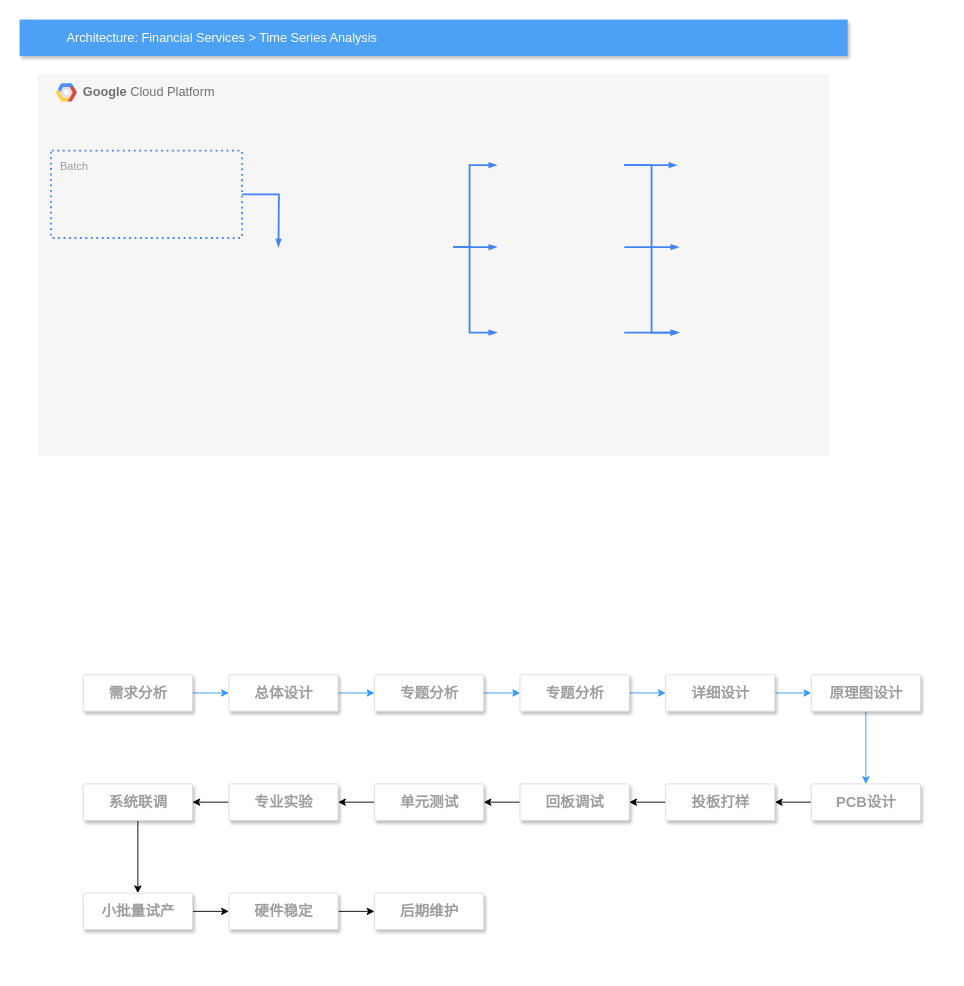
This is 硬件开发设计流程.drawio from zjh6607476/drawing, a draw.io file, before an edit. Source tidied: cells renumbered, new cells numbered last; positions are measured from the earlier drawing's top-left corner, leaving out a move shared by most shapes. Both pictures are drawn from the tidied source at 91%, with x=0, y=0 at pixel (19, 19).
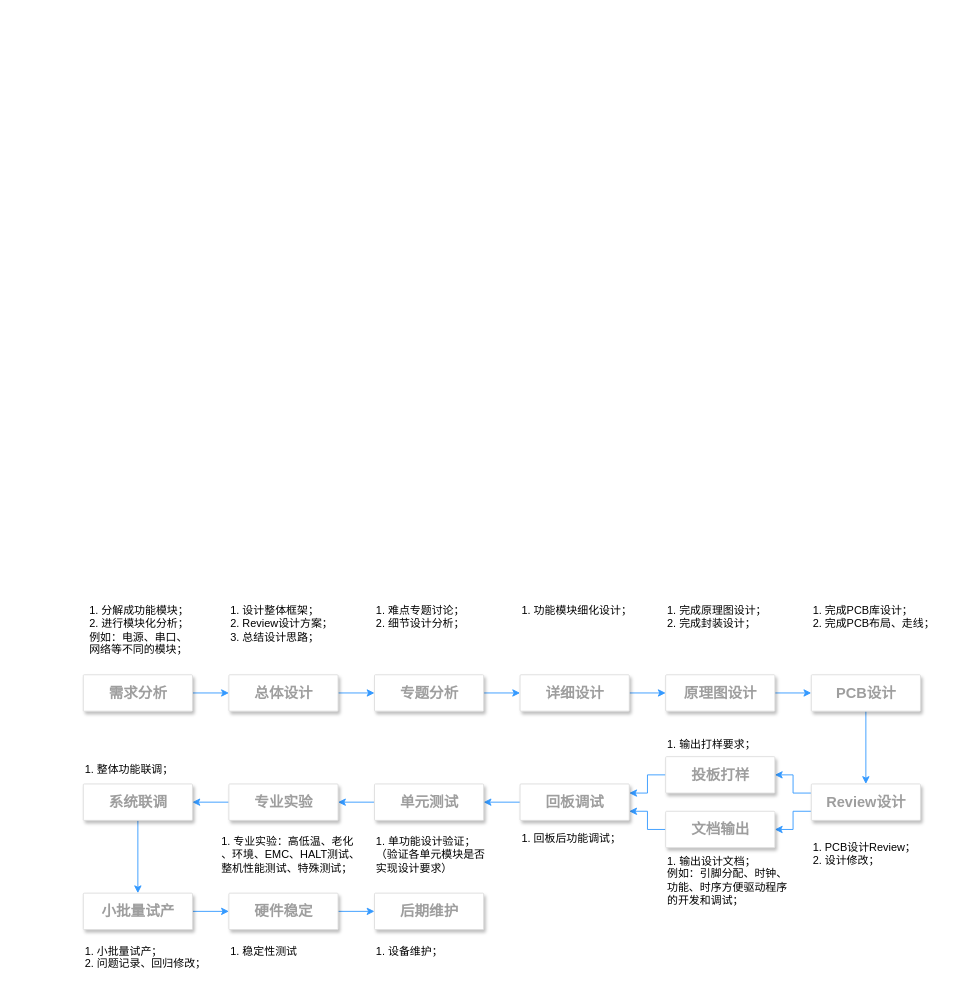
The same page after the edit.

Commit message (it also covers changes not shown here):
更新硬件开发设计流程.drawio

The change refers to these unchanged cells:
```xml
<mxCell id="31" value="&lt;b&gt;&lt;font style=&quot;font-size: 16px&quot;&gt;回板调试&lt;br&gt;&lt;/font&gt;&lt;/b&gt;" style="strokeColor=#dddddd;fillColor=#ffffff;shadow=1;strokeWidth=1;rounded=1;absoluteArcSize=1;arcSize=2;fontSize=10;fontColor=#9E9E9E;align=center;html=1;" parent="1" vertex="1">
  <mxGeometry x="550" y="840" width="120" height="40" as="geometry" />
</mxCell>
<mxCell id="33" value="&lt;b&gt;&lt;font style=&quot;font-size: 16px&quot;&gt;单元测试&lt;br&gt;&lt;/font&gt;&lt;/b&gt;" style="strokeColor=#dddddd;fillColor=#ffffff;shadow=1;strokeWidth=1;rounded=1;absoluteArcSize=1;arcSize=2;fontSize=10;fontColor=#9E9E9E;align=center;html=1;" parent="1" vertex="1">
  <mxGeometry x="390" y="840" width="120" height="40" as="geometry" />
</mxCell>
<mxCell id="35" value="&lt;b&gt;&lt;font style=&quot;font-size: 16px&quot;&gt;专业实验&lt;br&gt;&lt;/font&gt;&lt;/b&gt;" style="strokeColor=#dddddd;fillColor=#ffffff;shadow=1;strokeWidth=1;rounded=1;absoluteArcSize=1;arcSize=2;fontSize=10;fontColor=#9E9E9E;align=center;html=1;" parent="1" vertex="1">
  <mxGeometry x="230" y="840" width="120" height="40" as="geometry" />
</mxCell>
<mxCell id="37" value="&lt;b&gt;&lt;font style=&quot;font-size: 16px&quot;&gt;系统联调&lt;br&gt;&lt;/font&gt;&lt;/b&gt;" style="strokeColor=#dddddd;fillColor=#ffffff;shadow=1;strokeWidth=1;rounded=1;absoluteArcSize=1;arcSize=2;fontSize=10;fontColor=#9E9E9E;align=center;html=1;" parent="1" vertex="1">
  <mxGeometry x="70" y="840" width="120" height="40" as="geometry" />
</mxCell>
<mxCell id="39" value="&lt;b&gt;&lt;font style=&quot;font-size: 16px&quot;&gt;小批量试产&lt;br&gt;&lt;/font&gt;&lt;/b&gt;" style="strokeColor=#dddddd;fillColor=#ffffff;shadow=1;strokeWidth=1;rounded=1;absoluteArcSize=1;arcSize=2;fontSize=10;fontColor=#9E9E9E;align=center;html=1;" parent="1" vertex="1">
  <mxGeometry x="70" y="960" width="120" height="40" as="geometry" />
</mxCell>
<mxCell id="41" value="&lt;b&gt;&lt;font style=&quot;font-size: 16px&quot;&gt;硬件稳定&lt;br&gt;&lt;/font&gt;&lt;/b&gt;" style="strokeColor=#dddddd;fillColor=#ffffff;shadow=1;strokeWidth=1;rounded=1;absoluteArcSize=1;arcSize=2;fontSize=10;fontColor=#9E9E9E;align=center;html=1;" parent="1" vertex="1">
  <mxGeometry x="230" y="960" width="120" height="40" as="geometry" />
</mxCell>
<mxCell id="42" value="&lt;b&gt;&lt;font style=&quot;font-size: 16px&quot;&gt;后期维护&lt;br&gt;&lt;/font&gt;&lt;/b&gt;" style="strokeColor=#dddddd;fillColor=#ffffff;shadow=1;strokeWidth=1;rounded=1;absoluteArcSize=1;arcSize=2;fontSize=10;fontColor=#9E9E9E;align=center;html=1;" parent="1" vertex="1">
  <mxGeometry x="390" y="960" width="120" height="40" as="geometry" />
</mxCell>
```

Change to the diagram source:
```diff
@@
-    <mxCell id="2" value="&lt;b&gt;Google &lt;/b&gt;Cloud Platform" style="fillColor=#F6F6F6;strokeColor=none;shadow=0;gradientColor=none;fontSize=14;align=left;spacing=10;fontColor=#717171;9E9E9E;verticalAlign=top;spacingTop=-4;fontStyle=0;spacingLeft=40;html=1;" parent="1" vertex="1">
-      <mxGeometry x="20" y="60" width="870" height="420" as="geometry" />
-    </mxCell>
-    <mxCell id="3" style="shape=mxgraph.gcp2.google_cloud_platform;fillColor=#F6F6F6;strokeColor=none;shadow=0;gradientColor=none;" parent="2" vertex="1">
-      <mxGeometry width="23" height="20" relative="1" as="geometry">
-        <mxPoint x="20" y="10" as="offset" />
-      </mxGeometry>
-    </mxCell>
-    <mxCell id="4" style="edgeStyle=orthogonalEdgeStyle;rounded=0;html=1;labelBackgroundColor=none;startFill=1;startSize=4;endArrow=blockThin;endFill=1;endSize=4;jettySize=auto;strokeColor=#4284F3;strokeWidth=2;fontSize=12;fontColor=#000000;align=center;dashed=0;" parent="1" edge="1" source="5">
-      <mxGeometry relative="1" as="geometry">
-        <mxPoint x="284.5" y="250" as="targetPoint" />
-      </mxGeometry>
-    </mxCell>
-    <mxCell id="5" value="Batch" style="rounded=1;absoluteArcSize=1;arcSize=2;html=1;strokeColor=#4284F3;gradientColor=none;shadow=0;dashed=1;fontSize=12;fontColor=#9E9E9E;align=left;verticalAlign=top;spacing=10;spacingTop=-4;fillColor=none;dashPattern=1 2;strokeWidth=2;" parent="1" vertex="1">
-      <mxGeometry x="34.5" y="144" width="210" height="96" as="geometry" />
-    </mxCell>
-    <mxCell id="6" value="Architecture: Financial Services &amp;gt; Time Series Analysis" style="fillColor=#4DA1F5;strokeColor=none;shadow=1;gradientColor=none;fontSize=14;align=left;spacingLeft=50;fontColor=#ffffff;html=1;" parent="1" vertex="1">
-      <mxGeometry width="910" height="40" as="geometry" />
-    </mxCell>
@@
-    <mxCell id="9" style="edgeStyle=orthogonalEdgeStyle;rounded=0;html=1;labelBackgroundColor=none;startFill=1;startSize=4;endArrow=blockThin;endFill=1;endSize=4;jettySize=auto;orthogonalLoop=1;strokeColor=#4284F3;strokeWidth=2;fontSize=12;fontColor=#000000;align=center;dashed=0;" parent="1" edge="1">
-      <mxGeometry relative="1" as="geometry">
-        <mxPoint x="476.5" y="250" as="sourcePoint" />
-        <mxPoint x="524.5" y="160" as="targetPoint" />
-        <Array as="points">
-          <mxPoint x="494.5" y="250" />
-          <mxPoint x="494.5" y="160" />
-        </Array>
-      </mxGeometry>
-    </mxCell>
-    <mxCell id="10" style="edgeStyle=orthogonalEdgeStyle;rounded=0;html=1;labelBackgroundColor=none;startFill=1;startSize=4;endArrow=blockThin;endFill=1;endSize=4;jettySize=auto;orthogonalLoop=1;strokeColor=#4284F3;strokeWidth=2;fontSize=12;fontColor=#000000;align=center;dashed=0;" parent="1" edge="1">
-      <mxGeometry relative="1" as="geometry">
-        <mxPoint x="476.5" y="250" as="sourcePoint" />
-        <mxPoint x="524.5" y="250" as="targetPoint" />
-      </mxGeometry>
-    </mxCell>
-    <mxCell id="11" style="edgeStyle=orthogonalEdgeStyle;rounded=0;html=1;labelBackgroundColor=none;startFill=1;startSize=4;endArrow=blockThin;endFill=1;endSize=4;jettySize=auto;orthogonalLoop=1;strokeColor=#4284F3;strokeWidth=2;fontSize=12;fontColor=#000000;align=center;dashed=0;" parent="1" edge="1">
-      <mxGeometry relative="1" as="geometry">
-        <mxPoint x="476.5" y="250" as="sourcePoint" />
-        <mxPoint x="524.5" y="344" as="targetPoint" />
-        <Array as="points">
-          <mxPoint x="494.5" y="250" />
-          <mxPoint x="494.5" y="344" />
-        </Array>
-      </mxGeometry>
-    </mxCell>
-    <mxCell id="12" style="edgeStyle=orthogonalEdgeStyle;rounded=0;html=1;labelBackgroundColor=none;startFill=1;startSize=4;endArrow=blockThin;endFill=1;endSize=4;jettySize=auto;orthogonalLoop=1;strokeColor=#4284F3;strokeWidth=2;fontSize=12;fontColor=#000000;align=center;dashed=0;" parent="1" edge="1">
-      <mxGeometry relative="1" as="geometry">
-        <mxPoint x="664.5" y="250" as="sourcePoint" />
-        <mxPoint x="724.5" y="250" as="targetPoint" />
-      </mxGeometry>
-    </mxCell>
-    <mxCell id="13" style="edgeStyle=orthogonalEdgeStyle;rounded=0;html=1;labelBackgroundColor=none;startFill=1;startSize=4;endArrow=blockThin;endFill=1;endSize=4;jettySize=auto;orthogonalLoop=1;strokeColor=#4284F3;strokeWidth=2;fontSize=12;fontColor=#000000;align=center;dashed=0;" parent="1" edge="1">
-      <mxGeometry relative="1" as="geometry">
-        <mxPoint x="664.5" y="160" as="sourcePoint" />
-        <mxPoint x="722.5" y="160" as="targetPoint" />
-      </mxGeometry>
-    </mxCell>
-    <mxCell id="14" style="edgeStyle=orthogonalEdgeStyle;rounded=0;html=1;labelBackgroundColor=none;startFill=1;startSize=4;endArrow=blockThin;endFill=1;endSize=4;jettySize=auto;orthogonalLoop=1;strokeColor=#4284F3;strokeWidth=2;fontSize=12;fontColor=#000000;align=center;dashed=0;" parent="1" edge="1">
-      <mxGeometry relative="1" as="geometry">
-        <mxPoint x="664.5" y="160" as="sourcePoint" />
-        <mxPoint x="724.5" y="344" as="targetPoint" />
-        <Array as="points">
-          <mxPoint x="694.5" y="160" />
-          <mxPoint x="694.5" y="344" />
-        </Array>
-      </mxGeometry>
-    </mxCell>
-    <mxCell id="15" style="edgeStyle=orthogonalEdgeStyle;rounded=0;html=1;labelBackgroundColor=none;startFill=1;startSize=4;endArrow=blockThin;endFill=1;endSize=4;jettySize=auto;orthogonalLoop=1;strokeColor=#4284F3;strokeWidth=2;fontSize=12;fontColor=#000000;align=center;dashed=0;" parent="1" edge="1">
-      <mxGeometry relative="1" as="geometry">
-        <mxPoint x="664.5" y="344" as="sourcePoint" />
-        <mxPoint x="724.5" y="344" as="targetPoint" />
-      </mxGeometry>
-    </mxCell>
@@
-    <mxCell id="21" value="&lt;b&gt;&lt;font style=&quot;font-size: 16px&quot;&gt;专题分析&lt;br&gt;&lt;/font&gt;&lt;/b&gt;" style="strokeColor=#dddddd;fillColor=#ffffff;shadow=1;strokeWidth=1;rounded=1;absoluteArcSize=1;arcSize=2;fontSize=10;fontColor=#9E9E9E;align=center;html=1;" parent="1" vertex="1">
+    <mxCell id="21" value="&lt;b&gt;&lt;font style=&quot;font-size: 16px&quot;&gt;详细设计&lt;br&gt;&lt;/font&gt;&lt;/b&gt;" style="strokeColor=#dddddd;fillColor=#ffffff;shadow=1;strokeWidth=1;rounded=1;absoluteArcSize=1;arcSize=2;fontSize=10;fontColor=#9E9E9E;align=center;html=1;" parent="1" vertex="1">
       <mxGeometry x="550" y="720" width="120" height="40" as="geometry" />
     </mxCell>
@@
-    <mxCell id="23" value="&lt;b&gt;&lt;font style=&quot;font-size: 16px&quot;&gt;详细设计&lt;br&gt;&lt;/font&gt;&lt;/b&gt;" style="strokeColor=#dddddd;fillColor=#ffffff;shadow=1;strokeWidth=1;rounded=1;absoluteArcSize=1;arcSize=2;fontSize=10;fontColor=#9E9E9E;align=center;html=1;" parent="1" vertex="1">
+    <mxCell id="23" value="&lt;b&gt;&lt;font style=&quot;font-size: 16px&quot;&gt;原理图设计&lt;br&gt;&lt;/font&gt;&lt;/b&gt;" style="strokeColor=#dddddd;fillColor=#ffffff;shadow=1;strokeWidth=1;rounded=1;absoluteArcSize=1;arcSize=2;fontSize=10;fontColor=#9E9E9E;align=center;html=1;" parent="1" vertex="1">
       <mxGeometry x="710" y="720" width="120" height="40" as="geometry" />
     </mxCell>
@@
-    <mxCell id="25" value="&lt;b&gt;&lt;font style=&quot;font-size: 16px&quot;&gt;原理图设计&lt;br&gt;&lt;/font&gt;&lt;/b&gt;" style="strokeColor=#dddddd;fillColor=#ffffff;shadow=1;strokeWidth=1;rounded=1;absoluteArcSize=1;arcSize=2;fontSize=10;fontColor=#9E9E9E;align=center;html=1;" parent="1" vertex="1">
+    <mxCell id="25" value="&lt;b&gt;&lt;font style=&quot;font-size: 16px&quot;&gt;PCB设计&lt;br&gt;&lt;/font&gt;&lt;/b&gt;" style="strokeColor=#dddddd;fillColor=#ffffff;shadow=1;strokeWidth=1;rounded=1;absoluteArcSize=1;arcSize=2;fontSize=10;fontColor=#9E9E9E;align=center;html=1;" parent="1" vertex="1">
       <mxGeometry x="870" y="720" width="120" height="40" as="geometry" />
     </mxCell>
+    <mxCell id="43" style="edgeStyle=orthogonalEdgeStyle;rounded=0;jettySize=auto;html=1;exitX=0;exitY=0.75;exitDx=0;exitDy=0;entryX=1;entryY=0.5;entryDx=0;entryDy=0;strokeColor=#3399FF;" parent="1" edge="1" source="27" target="45">
+      <mxGeometry relative="1" as="geometry" />
+    </mxCell>
-    <mxCell id="26" style="edgeStyle=orthogonalEdgeStyle;rounded=0;jettySize=auto;html=1;" parent="1" edge="1" source="27" target="29">
+    <mxCell id="26" style="edgeStyle=orthogonalEdgeStyle;rounded=0;jettySize=auto;html=1;exitX=0;exitY=0.25;exitDx=0;exitDy=0;entryX=1;entryY=0.5;entryDx=0;entryDy=0;strokeColor=#3399FF;" parent="1" edge="1" source="27" target="29">
       <mxGeometry relative="1" as="geometry" />
     </mxCell>
-    <mxCell id="27" value="&lt;b&gt;&lt;font style=&quot;font-size: 16px&quot;&gt;PCB设计&lt;br&gt;&lt;/font&gt;&lt;/b&gt;" style="strokeColor=#dddddd;fillColor=#ffffff;shadow=1;strokeWidth=1;rounded=1;absoluteArcSize=1;arcSize=2;fontSize=10;fontColor=#9E9E9E;align=center;html=1;" parent="1" vertex="1">
+    <mxCell id="27" value="&lt;b&gt;&lt;font style=&quot;font-size: 16px&quot;&gt;Review设计&lt;br&gt;&lt;/font&gt;&lt;/b&gt;" style="strokeColor=#dddddd;fillColor=#ffffff;shadow=1;strokeWidth=1;rounded=1;absoluteArcSize=1;arcSize=2;fontSize=10;fontColor=#9E9E9E;align=center;html=1;" parent="1" vertex="1">
       <mxGeometry x="870" y="840" width="120" height="40" as="geometry" />
     </mxCell>
-    <mxCell id="28" style="edgeStyle=orthogonalEdgeStyle;rounded=0;jettySize=auto;html=1;" parent="1" edge="1" source="29" target="31">
+    <mxCell id="28" style="edgeStyle=orthogonalEdgeStyle;rounded=0;jettySize=auto;html=1;exitX=0;exitY=0.5;exitDx=0;exitDy=0;entryX=1;entryY=0.25;entryDx=0;entryDy=0;strokeColor=#3399FF;" parent="1" edge="1" source="29" target="31">
       <mxGeometry relative="1" as="geometry" />
     </mxCell>
     <mxCell id="29" value="&lt;b&gt;&lt;font style=&quot;font-size: 16px&quot;&gt;投板打样&lt;br&gt;&lt;/font&gt;&lt;/b&gt;" style="strokeColor=#dddddd;fillColor=#ffffff;shadow=1;strokeWidth=1;rounded=1;absoluteArcSize=1;arcSize=2;fontSize=10;fontColor=#9E9E9E;align=center;html=1;" parent="1" vertex="1">
-      <mxGeometry x="710" y="840" width="120" height="40" as="geometry" />
+      <mxGeometry x="710" y="810" width="120" height="40" as="geometry" />
     </mxCell>
+    <mxCell id="44" style="edgeStyle=orthogonalEdgeStyle;rounded=0;jettySize=auto;html=1;exitX=0;exitY=0.5;exitDx=0;exitDy=0;entryX=1;entryY=0.75;entryDx=0;entryDy=0;strokeColor=#3399FF;" parent="1" edge="1" source="45" target="31">
+      <mxGeometry relative="1" as="geometry" />
+    </mxCell>
+    <mxCell id="45" value="&lt;b&gt;&lt;font style=&quot;font-size: 16px&quot;&gt;文档输出&lt;br&gt;&lt;/font&gt;&lt;/b&gt;" style="strokeColor=#dddddd;fillColor=#ffffff;shadow=1;strokeWidth=1;rounded=1;absoluteArcSize=1;arcSize=2;fontSize=10;fontColor=#9E9E9E;align=center;html=1;" parent="1" vertex="1">
+      <mxGeometry x="710" y="870" width="120" height="40" as="geometry" />
+    </mxCell>
-    <mxCell id="30" style="edgeStyle=orthogonalEdgeStyle;rounded=0;jettySize=auto;html=1;" parent="1" edge="1" source="31" target="33">
+    <mxCell id="30" style="edgeStyle=orthogonalEdgeStyle;rounded=0;jettySize=auto;html=1;strokeColor=#3399FF;" parent="1" edge="1" source="31" target="33">
       <mxGeometry relative="1" as="geometry" />
     </mxCell>
@@
-    <mxCell id="32" style="edgeStyle=orthogonalEdgeStyle;rounded=0;jettySize=auto;html=1;" parent="1" edge="1" source="33" target="35">
+    <mxCell id="32" style="edgeStyle=orthogonalEdgeStyle;rounded=0;jettySize=auto;html=1;strokeColor=#3399FF;" parent="1" edge="1" source="33" target="35">
       <mxGeometry relative="1" as="geometry" />
     </mxCell>
@@
-    <mxCell id="34" style="edgeStyle=orthogonalEdgeStyle;rounded=0;jettySize=auto;html=1;" parent="1" edge="1" source="35" target="37">
+    <mxCell id="34" style="edgeStyle=orthogonalEdgeStyle;rounded=0;jettySize=auto;html=1;strokeColor=#3399FF;" parent="1" edge="1" source="35" target="37">
       <mxGeometry relative="1" as="geometry" />
     </mxCell>
@@
-    <mxCell id="36" style="edgeStyle=orthogonalEdgeStyle;rounded=0;jettySize=auto;html=1;" parent="1" edge="1" source="37" target="39">
+    <mxCell id="36" style="edgeStyle=orthogonalEdgeStyle;rounded=0;jettySize=auto;html=1;strokeColor=#3399FF;" parent="1" edge="1" source="37" target="39">
       <mxGeometry relative="1" as="geometry" />
     </mxCell>
@@
-    <mxCell id="38" style="edgeStyle=orthogonalEdgeStyle;rounded=0;jettySize=auto;html=1;" parent="1" edge="1" source="39" target="41">
+    <mxCell id="38" style="edgeStyle=orthogonalEdgeStyle;rounded=0;jettySize=auto;html=1;strokeColor=#3399FF;" parent="1" edge="1" source="39" target="41">
       <mxGeometry relative="1" as="geometry" />
     </mxCell>
@@
-    <mxCell id="40" style="edgeStyle=orthogonalEdgeStyle;rounded=0;jettySize=auto;html=1;" parent="1" edge="1" source="41" target="42">
+    <mxCell id="40" style="edgeStyle=orthogonalEdgeStyle;rounded=0;jettySize=auto;html=1;strokeColor=#3399FF;" parent="1" edge="1" source="41" target="42">
       <mxGeometry relative="1" as="geometry" />
     </mxCell>
@@
+    <mxCell id="46" value="1. 分解成功能模块；&lt;br&gt;2. 进行模块化分析；&lt;br&gt;例如：电源、串口、&lt;br&gt;网络等不同的模块；&lt;br&gt;" style="text;html=1;align=left;verticalAlign=top;spacingTop=-4;" parent="1" vertex="1">
+      <mxGeometry x="74.5" y="640" width="130" height="60" as="geometry" />
+    </mxCell>
+    <mxCell id="47" value="1. 设计整体框架；&lt;br&gt;2. Review设计方案；&lt;br&gt;3. 总结设计思路；&lt;br&gt;" style="text;html=1;align=left;verticalAlign=top;spacingTop=-4;" parent="1" vertex="1">
+      <mxGeometry x="230" y="640" width="130" height="40" as="geometry" />
+    </mxCell>
+    <mxCell id="48" value="1. 难点专题讨论；&lt;br&gt;2. 细节设计分析；&lt;br&gt;" style="text;html=1;align=left;verticalAlign=top;spacingTop=-4;" parent="1" vertex="1">
+      <mxGeometry x="390" y="640" width="110" height="30" as="geometry" />
+    </mxCell>
+    <mxCell id="49" value="1. 功能模块细化设计；&lt;br&gt;" style="text;html=1;align=left;verticalAlign=top;spacingTop=-4;" parent="1" vertex="1">
+      <mxGeometry x="550" y="640" width="140" height="20" as="geometry" />
+    </mxCell>
+    <mxCell id="50" value="1. 完成原理图设计；&lt;br&gt;2. 完成封装设计；&lt;br&gt;" style="text;html=1;align=left;verticalAlign=top;spacingTop=-4;" parent="1" vertex="1">
+      <mxGeometry x="710" y="640" width="130" height="30" as="geometry" />
+    </mxCell>
+    <mxCell id="51" value="1. 完成PCB库设计；&lt;br&gt;2. 完成PCB布局、走线；&lt;br&gt;" style="text;html=1;align=left;verticalAlign=top;spacingTop=-4;" parent="1" vertex="1">
+      <mxGeometry x="870" y="640" width="150" height="30" as="geometry" />
+    </mxCell>
+    <mxCell id="52" value="1. PCB设计Review；&lt;br&gt;2. 设计修改；&lt;br&gt;" style="text;html=1;align=left;verticalAlign=top;spacingTop=-4;" parent="1" vertex="1">
+      <mxGeometry x="870" y="900" width="130" height="30" as="geometry" />
+    </mxCell>
+    <mxCell id="53" value="1. 输出打样要求；&lt;br&gt;" style="text;html=1;align=left;verticalAlign=top;spacingTop=-4;" parent="1" vertex="1">
+      <mxGeometry x="710" y="787" width="110" height="20" as="geometry" />
+    </mxCell>
+    <mxCell id="54" value="1. 输出设计文档；&lt;br&gt;例如：引脚分配、时钟、&lt;br&gt;功能、时序方便驱动程序&lt;br&gt;的开发和调试；&lt;br&gt;" style="text;html=1;align=left;verticalAlign=top;spacingTop=-4;" parent="1" vertex="1">
+      <mxGeometry x="710" y="915" width="150" height="60" as="geometry" />
+    </mxCell>
+    <mxCell id="55" value="1. 回板后功能调试；&lt;br&gt;" style="text;html=1;align=left;verticalAlign=top;spacingTop=-4;" parent="1" vertex="1">
+      <mxGeometry x="550" y="890" width="130" height="20" as="geometry" />
+    </mxCell>
+    <mxCell id="56" value="1. 单功能设计验证；&lt;br&gt;（验证各单元模块是否&lt;br&gt;实现设计要求）&lt;br&gt;" style="text;html=1;" parent="1" vertex="1">
+      <mxGeometry x="390" y="890" width="110" height="30" as="geometry" />
+    </mxCell>
+    <mxCell id="57" value="1. 专业实验：高低温、老化&lt;br&gt;、环境、EMC、HALT测试、&lt;br&gt;整机性能测试、特殊测试；&lt;br&gt;" style="text;html=1;" parent="1" vertex="1">
+      <mxGeometry x="220" y="890" width="110" height="30" as="geometry" />
+    </mxCell>
+    <mxCell id="58" value="1. 整体功能联调；" style="text;html=1;" parent="1" vertex="1">
+      <mxGeometry x="70" y="810" width="110" height="30" as="geometry" />
+    </mxCell>
+    <mxCell id="59" value="1. 小批量试产；&lt;br&gt;2. 问题记录、回归修改；&lt;br&gt;" style="text;html=1;" parent="1" vertex="1">
+      <mxGeometry x="70" y="1010" width="110" height="30" as="geometry" />
+    </mxCell>
+    <mxCell id="60" value="1. 稳定性测试" style="text;html=1;" parent="1" vertex="1">
+      <mxGeometry x="230" y="1010" width="110" height="30" as="geometry" />
+    </mxCell>
+    <mxCell id="61" value="1. 设备维护；" style="text;html=1;" parent="1" vertex="1">
+      <mxGeometry x="390" y="1010" width="110" height="30" as="geometry" />
+    </mxCell>
```
